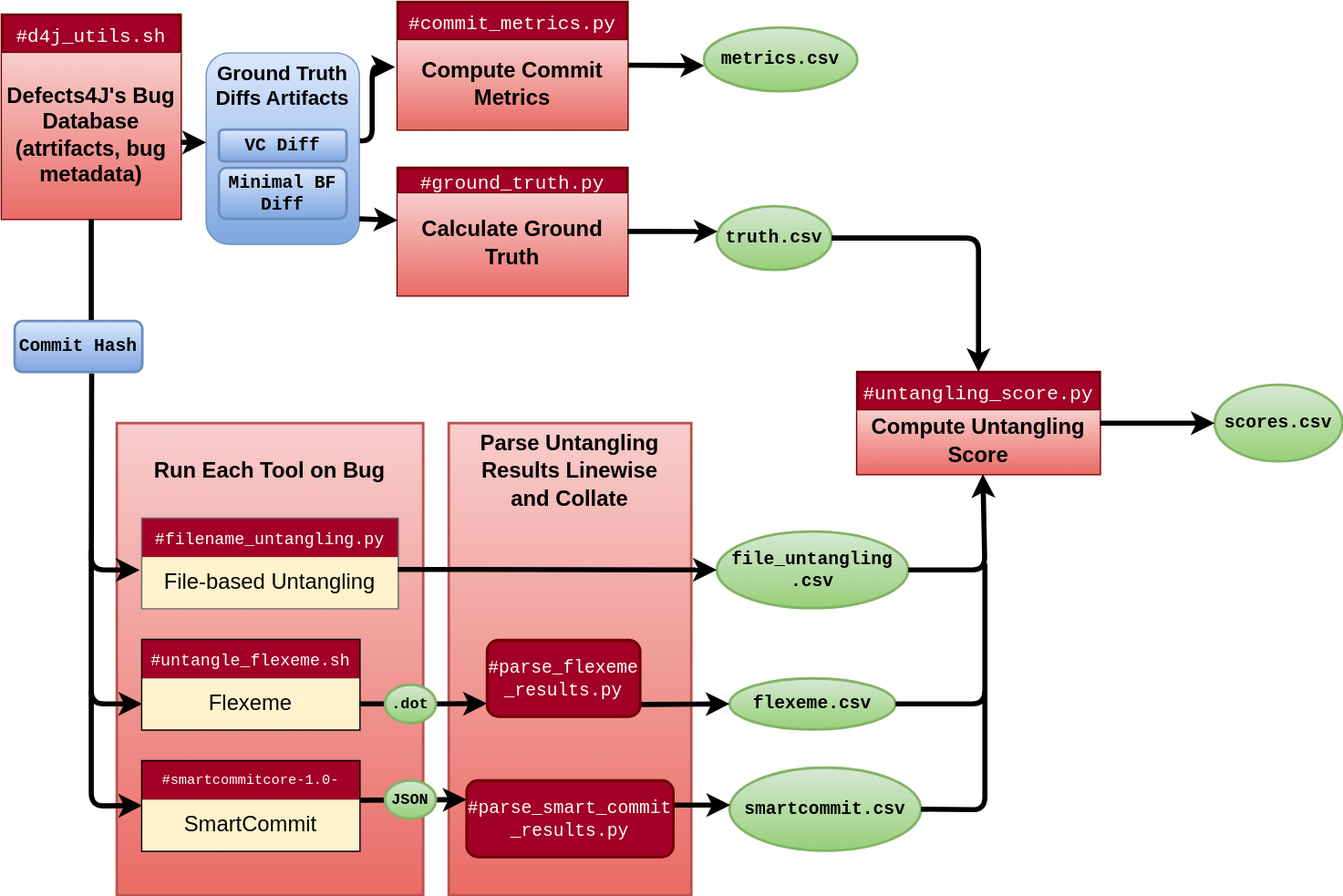
The draw.io diagram diagrams/pipeline.drawio.svg in Thomsch/untangling-tools-benchmark, before a commit. Source tidied: cells renumbered, new cells last; positions are measured from the earlier drawing's top-left corner, leaving out a move shared by most shapes.
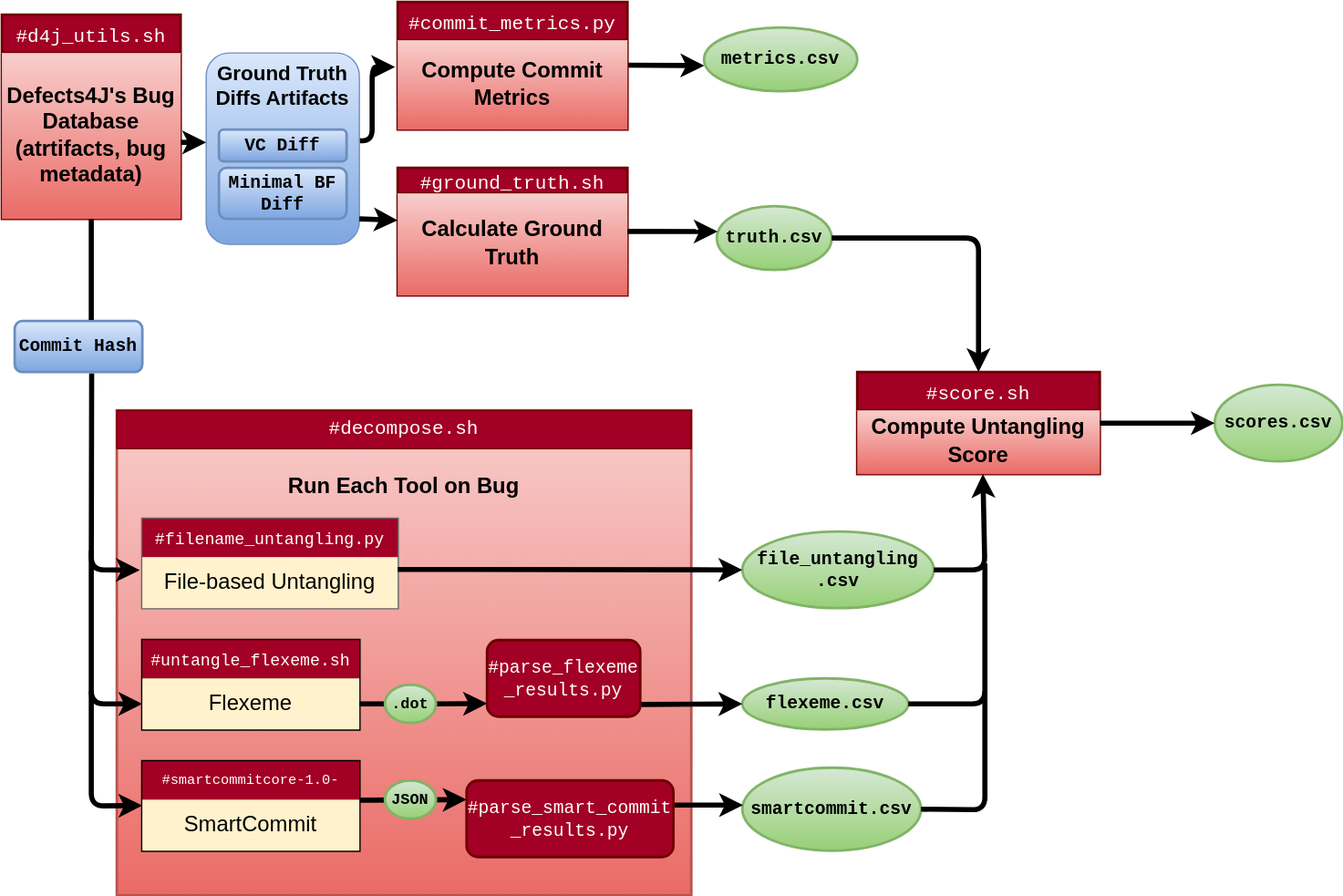
Above is the later version.

Commit message:
Regrouped pipeline components to match with README.md

Change to the diagram source:
```diff
@@ -25,7 +25,7 @@
     <mxCell id="7" value="&lt;font color=&quot;#000000&quot;&gt;&lt;b style=&quot;font-size: 17px;&quot;&gt;Defects4J's Bug Database&amp;nbsp;&lt;br&gt;(atrtifacts, bug metadata)&lt;/b&gt;&amp;nbsp;&lt;/font&gt;" style="shape=partialRectangle;html=1;whiteSpace=wrap;overflow=hidden;fillColor=#f8cecc;top=0;left=0;bottom=0;right=0;gradientColor=#ea6b66;strokeColor=#b85450;" parent="6" vertex="1">
       <mxGeometry width="140" height="130" as="geometry" />
     </mxCell>
-    <mxCell id="8" value="#ground_truth.py" style="shape=table;startSize=20;strokeWidth=2;fontFamily=Courier New;fontSize=15;fillColor=#a20025;fontColor=#ffffff;strokeColor=#6F0000;" parent="1" vertex="1">
+    <mxCell id="8" value="#ground_truth.sh" style="shape=table;startSize=20;strokeWidth=2;fontFamily=Courier New;fontSize=15;fillColor=#a20025;fontColor=#ffffff;strokeColor=#6F0000;" parent="1" vertex="1">
       <mxGeometry x="310" y="130" width="180" height="100" as="geometry" />
     </mxCell>
     <mxCell id="9" style="shape=tableRow;horizontal=0;startSize=0;swimlaneHead=0;swimlaneBody=0;top=0;left=0;bottom=0;right=0;fillColor=none;points=[[0,0.5],[1,0.5]];portConstraint=eastwest;strokeWidth=2;fontFamily=Courier New;fontSize=17;" parent="8" vertex="1">
@@ -43,8 +43,8 @@
     <mxCell id="13" value="&lt;b&gt;&lt;font color=&quot;#000000&quot; style=&quot;font-size: 17px;&quot;&gt;Compute Commit Metrics&lt;/font&gt;&lt;/b&gt;" style="shape=partialRectangle;html=1;whiteSpace=wrap;overflow=hidden;fillColor=#f8cecc;top=0;left=0;bottom=0;right=0;strokeWidth=2;fontFamily=Helvetica;fontSize=15;strokeColor=#b85450;gradientColor=#ea6b66;" parent="12" vertex="1">
       <mxGeometry width="180" height="70" as="geometry" />
     </mxCell>
-    <mxCell id="14" value="&lt;b&gt;&lt;font color=&quot;#000000&quot; face=&quot;Helvetica&quot;&gt;&lt;br&gt;Run Each Tool on Bug&lt;/font&gt;&lt;/b&gt;" style="rounded=0;whiteSpace=wrap;html=1;strokeWidth=2;fontFamily=Courier New;fontSize=17;verticalAlign=top;fillColor=#f8cecc;strokeColor=#b85450;gradientColor=#ea6b66;" parent="1" vertex="1">
-      <mxGeometry x="90" y="330" width="240" height="370" as="geometry" />
+    <mxCell id="14" value="&lt;b&gt;&lt;font color=&quot;#000000&quot; face=&quot;Helvetica&quot;&gt;&lt;br&gt;&lt;br&gt;Run Each Tool on Bug&lt;/font&gt;&lt;/b&gt;" style="rounded=0;whiteSpace=wrap;html=1;strokeWidth=2;fontFamily=Courier New;fontSize=17;verticalAlign=top;fillColor=#f8cecc;strokeColor=#b85450;gradientColor=#ea6b66;" parent="1" vertex="1">
+      <mxGeometry x="90" y="320" width="450" height="380" as="geometry" />
     </mxCell>
     <mxCell id="15" style="shape=table;startSize=0;strokeWidth=2;fontFamily=Helvetica;fontSize=17;fillColor=#f5f5f5;gradientColor=#b3b3b3;strokeColor=#666666;" parent="1" vertex="1">
       <mxGeometry x="110" y="405" width="200" height="70" as="geometry" />
@@ -97,19 +97,16 @@
     <mxCell id="31" value="&lt;font color=&quot;#000000&quot; style=&quot;font-size: 14px;&quot;&gt;&lt;b&gt;truth.csv&lt;/b&gt;&lt;/font&gt;" style="ellipse;whiteSpace=wrap;html=1;strokeWidth=2;fontFamily=Courier New;fontSize=11;fillColor=#d5e8d4;strokeColor=#82b366;gradientColor=#97d077;" parent="1" vertex="1">
       <mxGeometry x="560" y="160" width="90" height="50" as="geometry" />
     </mxCell>
-    <mxCell id="32" value="&lt;b&gt;&lt;font color=&quot;#000000&quot; face=&quot;Helvetica&quot;&gt;Parse Untangling Results Linewise &lt;br&gt;and Collate&lt;/font&gt;&lt;/b&gt;" style="rounded=0;whiteSpace=wrap;html=1;strokeWidth=2;fontFamily=Courier New;fontSize=17;verticalAlign=top;fillColor=#f8cecc;strokeColor=#b85450;gradientColor=#ea6b66;" parent="1" vertex="1">
-      <mxGeometry x="350" y="330" width="190" height="370" as="geometry" />
-    </mxCell>
     <mxCell id="33" value="&lt;font color=&quot;#000000&quot; style=&quot;font-size: 14px;&quot;&gt;&lt;b&gt;file_untangling&lt;br&gt;.csv&lt;/b&gt;&lt;/font&gt;" style="ellipse;whiteSpace=wrap;html=1;strokeWidth=2;fontFamily=Courier New;fontSize=11;fillColor=#d5e8d4;strokeColor=#82b366;gradientColor=#97d077;" parent="1" vertex="1">
-      <mxGeometry x="560" y="415" width="150" height="60" as="geometry" />
+      <mxGeometry x="580" y="415" width="150" height="60" as="geometry" />
     </mxCell>
     <mxCell id="34" value="&lt;font color=&quot;#000000&quot; style=&quot;font-size: 14px;&quot;&gt;&lt;b&gt;flexeme.csv&lt;/b&gt;&lt;/font&gt;" style="ellipse;whiteSpace=wrap;html=1;strokeWidth=2;fontFamily=Courier New;fontSize=11;fillColor=#d5e8d4;strokeColor=#82b366;gradientColor=#97d077;" parent="1" vertex="1">
-      <mxGeometry x="570" y="530" width="130" height="40" as="geometry" />
+      <mxGeometry x="580" y="530" width="130" height="40" as="geometry" />
     </mxCell>
     <mxCell id="35" value="&lt;font color=&quot;#000000&quot; style=&quot;font-size: 14px;&quot;&gt;&lt;b&gt;smartcommit.csv&lt;/b&gt;&lt;/font&gt;" style="ellipse;whiteSpace=wrap;html=1;strokeWidth=2;fontFamily=Courier New;fontSize=11;fillColor=#d5e8d4;strokeColor=#82b366;gradientColor=#97d077;" parent="1" vertex="1">
-      <mxGeometry x="570" y="600" width="150" height="65" as="geometry" />
+      <mxGeometry x="580" y="600" width="140" height="65" as="geometry" />
     </mxCell>
-    <mxCell id="36" value="#untangling_score.py" style="shape=table;startSize=30;strokeWidth=2;fontFamily=Courier New;fontSize=15;fillColor=#a20025;strokeColor=#6F0000;fontColor=#ffffff;" parent="1" vertex="1">
+    <mxCell id="36" value="#score.sh" style="shape=table;startSize=30;strokeWidth=2;fontFamily=Courier New;fontSize=15;fillColor=#a20025;strokeColor=#6F0000;fontColor=#ffffff;" parent="1" vertex="1">
       <mxGeometry x="670" y="290" width="190" height="80" as="geometry" />
     </mxCell>
     <mxCell id="37" style="shape=tableRow;horizontal=0;startSize=0;swimlaneHead=0;swimlaneBody=0;top=0;left=0;bottom=0;right=0;fillColor=none;points=[[0,0.5],[1,0.5]];portConstraint=eastwest;strokeWidth=2;fontFamily=Courier New;fontSize=17;" parent="36" vertex="1">
@@ -148,10 +145,8 @@
         <mxPoint x="310" y="444.6" as="sourcePoint" />
       </mxGeometry>
     </mxCell>
-    <mxCell id="46" style="endArrow=classic;html=1;strokeColor=#000000;strokeWidth=4;fontFamily=Courier New;fontSize=14;fontColor=#000000;exitX=1.005;exitY=0.841;exitDx=0;exitDy=0;exitPerimeter=0;" parent="1" edge="1" source="47">
-      <mxGeometry relative="1" as="geometry">
-        <mxPoint x="570" y="550" as="targetPoint" />
-      </mxGeometry>
+    <mxCell id="46" style="endArrow=classic;html=1;strokeColor=#000000;strokeWidth=4;fontFamily=Courier New;fontSize=14;fontColor=#000000;exitX=1.005;exitY=0.841;exitDx=0;exitDy=0;exitPerimeter=0;entryX=0;entryY=0.5;entryDx=0;entryDy=0;" parent="1" edge="1" source="47" target="34">
+      <mxGeometry relative="1" as="geometry" />
     </mxCell>
     <mxCell id="47" value="&lt;font face=&quot;Courier New&quot;&gt;#parse_flexeme&lt;br&gt;_results.py&lt;br&gt;&lt;/font&gt;" style="rounded=1;whiteSpace=wrap;html=1;strokeWidth=2;fontFamily=Helvetica;fontSize=14;fillColor=#a20025;fontColor=#ffffff;strokeColor=#6F0000;" parent="1" vertex="1">
       <mxGeometry x="380" y="500" width="120" height="60" as="geometry" />
@@ -252,5 +247,8 @@
     <mxCell id="64" value="&lt;font face=&quot;Courier New&quot; color=&quot;#000000&quot;&gt;&lt;b&gt;.dot&lt;br&gt;&lt;/b&gt;&lt;/font&gt;" style="ellipse;whiteSpace=wrap;html=1;fillColor=#d5e8d4;gradientColor=#97d077;strokeColor=#82b366;strokeWidth=2;" parent="1" vertex="1">
       <mxGeometry x="300" y="535" width="40" height="30" as="geometry" />
     </mxCell>
+    <mxCell id="65" value="&lt;font style=&quot;font-size: 15px;&quot; face=&quot;Courier New&quot;&gt;#decompose.sh&lt;/font&gt;" style="rounded=0;whiteSpace=wrap;html=1;fillColor=#a20025;fontColor=#ffffff;strokeColor=#6F0000;" parent="1" vertex="1">
+      <mxGeometry x="90" y="320" width="450" height="30" as="geometry" />
+    </mxCell>
   </root>
 </mxGraphModel>
```
